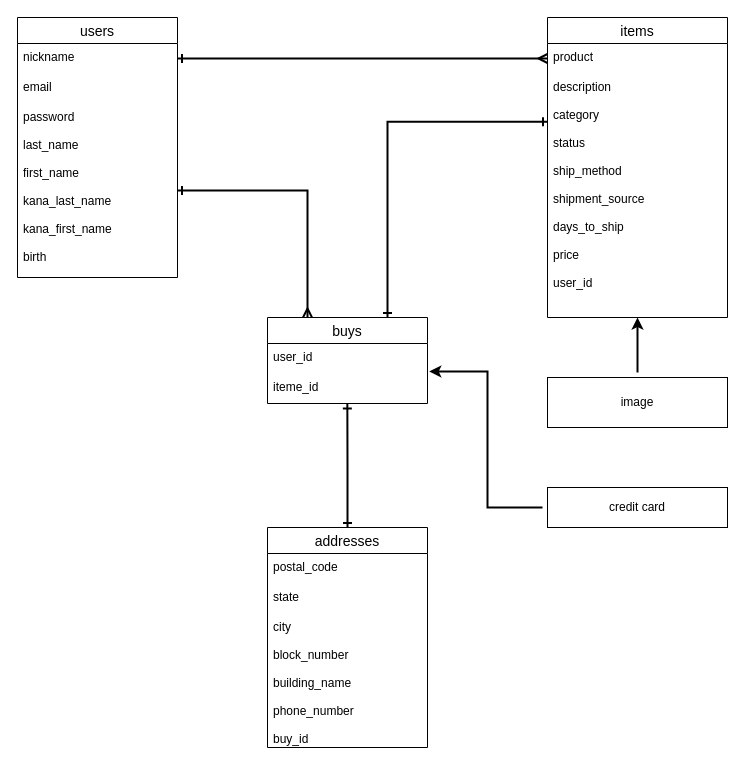
The draw.io diagram er.dio in KakudaYutaka/furima-32111, before the edit. Source tidied: cells renumbered, new cells numbered last; positions are measured from the earlier drawing's top-left corner, leaving out a move shared by most shapes. Both pictures are drawn from the tidied source at 100%, with x=0, y=0 at pixel (17, 17).
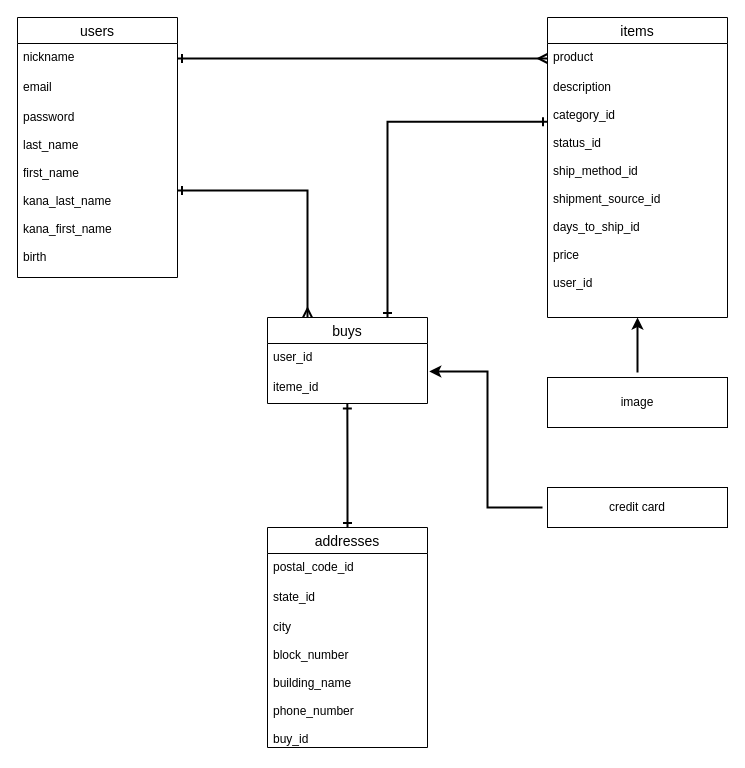
The same diagram, later.

Commit message (it also covers changes not shown here):
データベース設計修正2

The change refers to these unchanged cells:
```xml
<mxCell id="2" value="items" style="swimlane;fontStyle=0;horizontal=1;startSize=26;align=center;fontSize=14;" parent="1" vertex="1">
  <mxGeometry x="530" width="180" height="300" as="geometry" />
</mxCell>
<mxCell id="15" value="addresses" style="swimlane;fontStyle=0;horizontal=1;startSize=26;align=center;fontSize=14;" parent="1" vertex="1">
  <mxGeometry x="250" y="510" width="160" height="220" as="geometry" />
</mxCell>
```

Change to the diagram source:
```diff
@@
-    <mxCell id="4" value="description&#10;&#10;category&#10;&#10;status&#10;&#10;ship_method&#10;&#10;shipment_source&#10;&#10;days_to_ship&#10;&#10;price&#10;&#10;user_id" style="text;strokeColor=none;fillColor=none;spacingLeft=4;spacingRight=4;overflow=hidden;points=[[0,0.5],[1,0.5]];portConstraint=eastwest;fontSize=12;" parent="2" vertex="1">
+    <mxCell id="4" value="description&#10;&#10;category_id&#10;&#10;status_id&#10;&#10;ship_method_id&#10;&#10;shipment_source_id&#10;&#10;days_to_ship_id&#10;&#10;price&#10;&#10;user_id" style="text;strokeColor=none;fillColor=none;spacingLeft=4;spacingRight=4;overflow=hidden;points=[[0,0.5],[1,0.5]];portConstraint=eastwest;fontSize=12;" parent="2" vertex="1">
       <mxGeometry y="56" width="180" height="244" as="geometry" />
     </mxCell>
@@
-    <mxCell id="16" value="postal_code" style="text;strokeColor=none;fillColor=none;spacingLeft=4;spacingRight=4;overflow=hidden;fontSize=12;" parent="15" vertex="1">
+    <mxCell id="16" value="postal_code_id" style="text;strokeColor=none;fillColor=none;spacingLeft=4;spacingRight=4;overflow=hidden;fontSize=12;" parent="15" vertex="1">
       <mxGeometry y="26" width="160" height="30" as="geometry" />
     </mxCell>
-    <mxCell id="17" value="state" style="text;strokeColor=none;fillColor=none;spacingLeft=4;spacingRight=4;overflow=hidden;fontSize=12;" parent="15" vertex="1">
+    <mxCell id="17" value="state_id" style="text;strokeColor=none;fillColor=none;spacingLeft=4;spacingRight=4;overflow=hidden;fontSize=12;" parent="15" vertex="1">
       <mxGeometry y="56" width="160" height="30" as="geometry" />
     </mxCell>
```
